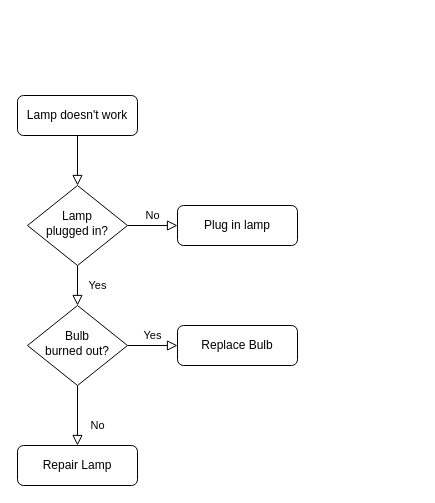
Before: Untitled Diagram.drawio in javadsabbagh/aramid, a draw.io diagram. Source tidied: cells renumbered, new cells numbered last; positions are measured from the earlier drawing's top-left corner, leaving out a move shared by most shapes. Both pictures are drawn from the tidied source at 100%, with x=0, y=0 at pixel (17, 95).
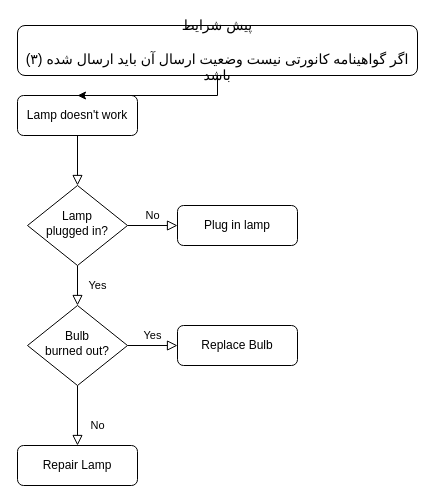
The same page after the edit.

What changed in the source:
```diff
@@
 <mxGraphModel>
   <root>
     <mxCell id="0" />
     <mxCell id="1" parent="0" />
     <mxCell id="2" style="rounded=0;html=1;jettySize=auto;fontSize=11;endArrow=block;endFill=0;endSize=8;strokeWidth=1;shadow=0;labelBackgroundColor=none;edgeStyle=orthogonalEdgeStyle;" parent="1" edge="1" source="3" target="6">
       <mxGeometry relative="1" as="geometry" />
     </mxCell>
     <mxCell id="3" value="Lamp doesn't work" style="rounded=1;whiteSpace=wrap;html=1;fontSize=12;glass=0;strokeWidth=1;shadow=0;" parent="1" vertex="1">
       <mxGeometry width="120" height="40" as="geometry" />
     </mxCell>
     <mxCell id="4" value="Yes" style="rounded=0;html=1;jettySize=auto;fontSize=11;endArrow=block;endFill=0;endSize=8;strokeWidth=1;shadow=0;labelBackgroundColor=none;edgeStyle=orthogonalEdgeStyle;" parent="1" edge="1" source="6" target="10">
       <mxGeometry y="20" relative="1" as="geometry" />
     </mxCell>
     <mxCell id="5" value="No" style="edgeStyle=orthogonalEdgeStyle;rounded=0;html=1;jettySize=auto;fontSize=11;endArrow=block;endFill=0;endSize=8;strokeWidth=1;shadow=0;labelBackgroundColor=none;" parent="1" edge="1" source="6" target="7">
       <mxGeometry y="10" relative="1" as="geometry" />
     </mxCell>
     <mxCell id="6" value="Lamp&lt;br&gt;plugged in?" style="rhombus;whiteSpace=wrap;html=1;shadow=0;fontFamily=Helvetica;fontSize=12;align=center;strokeWidth=1;spacing=6;spacingTop=-4;" parent="1" vertex="1">
       <mxGeometry x="10" y="90" width="100" height="80" as="geometry" />
     </mxCell>
     <mxCell id="7" value="Plug in lamp" style="rounded=1;whiteSpace=wrap;html=1;fontSize=12;glass=0;strokeWidth=1;shadow=0;" parent="1" vertex="1">
       <mxGeometry x="160" y="110" width="120" height="40" as="geometry" />
     </mxCell>
     <mxCell id="8" value="No" style="rounded=0;html=1;jettySize=auto;fontSize=11;endArrow=block;endFill=0;endSize=8;strokeWidth=1;shadow=0;labelBackgroundColor=none;edgeStyle=orthogonalEdgeStyle;" parent="1" edge="1" source="10" target="11">
       <mxGeometry x="0.33" y="20" relative="1" as="geometry" />
     </mxCell>
     <mxCell id="9" value="Yes" style="edgeStyle=orthogonalEdgeStyle;rounded=0;html=1;jettySize=auto;fontSize=11;endArrow=block;endFill=0;endSize=8;strokeWidth=1;shadow=0;labelBackgroundColor=none;" parent="1" edge="1" source="10" target="12">
       <mxGeometry y="10" relative="1" as="geometry" />
     </mxCell>
     <mxCell id="10" value="Bulb&lt;br&gt;burned out?" style="rhombus;whiteSpace=wrap;html=1;shadow=0;fontFamily=Helvetica;fontSize=12;align=center;strokeWidth=1;spacing=6;spacingTop=-4;" parent="1" vertex="1">
       <mxGeometry x="10" y="210" width="100" height="80" as="geometry" />
     </mxCell>
     <mxCell id="11" value="Repair Lamp" style="rounded=1;whiteSpace=wrap;html=1;fontSize=12;glass=0;strokeWidth=1;shadow=0;" parent="1" vertex="1">
       <mxGeometry y="350" width="120" height="40" as="geometry" />
     </mxCell>
     <mxCell id="12" value="Replace Bulb" style="rounded=1;whiteSpace=wrap;html=1;fontSize=12;glass=0;strokeWidth=1;shadow=0;" parent="1" vertex="1">
       <mxGeometry x="160" y="230" width="120" height="40" as="geometry" />
     </mxCell>
+    <mxCell id="13" style="edgeStyle=orthogonalEdgeStyle;rounded=0;jettySize=auto;html=1;exitX=0.5;exitY=1;exitDx=0;exitDy=0;" parent="1" edge="1" source="14" target="3">
+      <mxGeometry relative="1" as="geometry" />
+    </mxCell>
+    <mxCell id="14" value="پیش شرایط&lt;br style=&quot;font-size: 14px;&quot;&gt;&lt;br style=&quot;font-size: 14px;&quot;&gt;اگر گواهینامه کانورتی نیست وضعیت ارسال آن باید ارسال شده (۳) باشد" style="rounded=1;whiteSpace=wrap;html=1;fontSize=14;glass=0;strokeWidth=1;shadow=0;" parent="1" vertex="1">
+      <mxGeometry y="-70" width="400" height="50" as="geometry" />
+    </mxCell>
   </root>
 </mxGraphModel>
```
